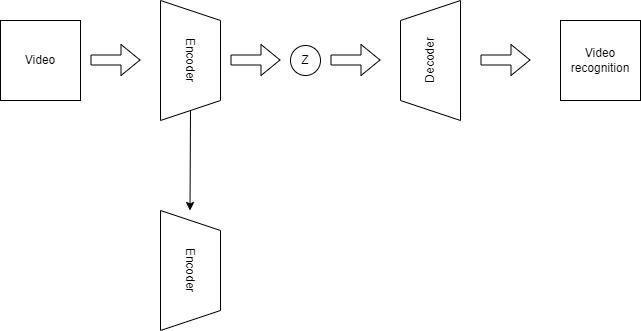
The draw.io diagram 연구주제.drawio.png in Kyoungrae-Noh/Self-Supervised-Learning, before a commit. Source tidied: cells renumbered, new cells last; positions are measured from the earlier drawing's top-left corner, leaving out a move shared by most shapes.
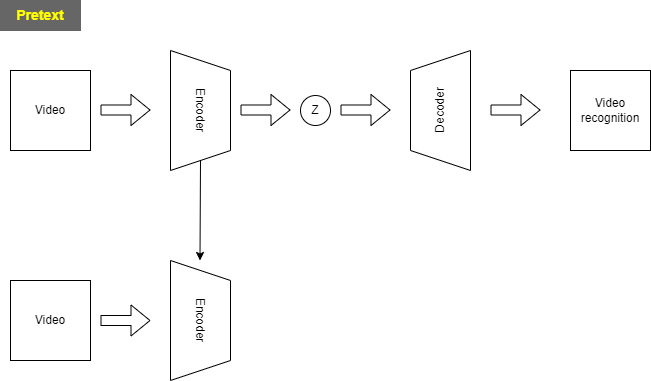
The same file after the commit.

Commit message:
연구주제.drawio.png 업데이트

Diff of the diagram source:
```diff
@@ -49,5 +49,17 @@
     <mxCell id="12" value="Encoder" style="shape=trapezoid;perimeter=trapezoidPerimeter;whiteSpace=wrap;html=1;fixedSize=1;rotation=90;" parent="1" vertex="1">
       <mxGeometry x="130" y="220" width="120" height="60" as="geometry" />
     </mxCell>
+    <mxCell id="13" value="&lt;b&gt;&lt;font color=&quot;#ffff00&quot; style=&quot;font-size: 14px;&quot;&gt;Pretext&lt;/font&gt;&lt;/b&gt;" style="rounded=0;whiteSpace=wrap;html=1;fillColor=#666666;strokeColor=#666666;" parent="1" vertex="1">
+      <mxGeometry x="-10" y="-70" width="80" height="30" as="geometry" />
+    </mxCell>
+    <mxCell id="14" value="Video" style="whiteSpace=wrap;html=1;" parent="1" vertex="1">
+      <mxGeometry y="210" width="80" height="80" as="geometry" />
+    </mxCell>
+    <mxCell id="15" style="shape=flexArrow;endArrow=classic;html=1;rounded=0;fillColor=#FFFFFF;" parent="1" edge="1">
+      <mxGeometry relative="1" as="geometry">
+        <mxPoint x="90" y="250" as="sourcePoint" />
+        <mxPoint x="140" y="250" as="targetPoint" />
+      </mxGeometry>
+    </mxCell>
   </root>
 </mxGraphModel>
```
